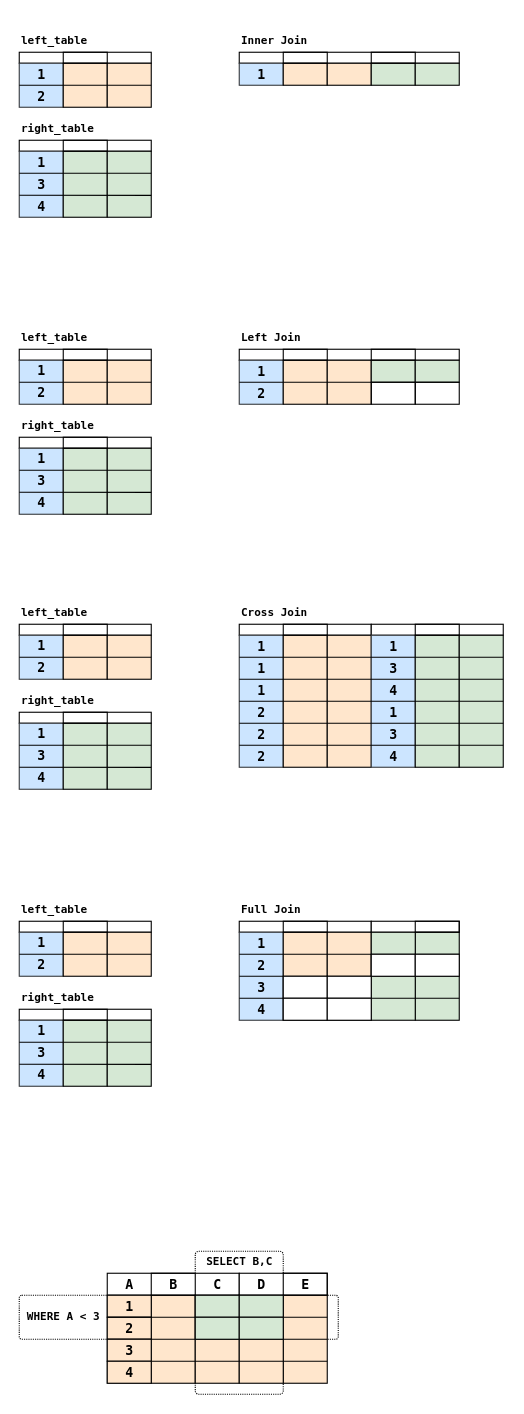
Earlier version of the draw.io diagram docs/documentation-diagrams-source.drawio (mabel-dev/opteryx). Source tidied: cells renumbered, new cells numbered last; positions are measured from the earlier drawing's top-left corner, leaving out a move shared by most shapes. Both pictures are drawn from the tidied source at 110%, with x=0, y=0 at pixel (19, 19).
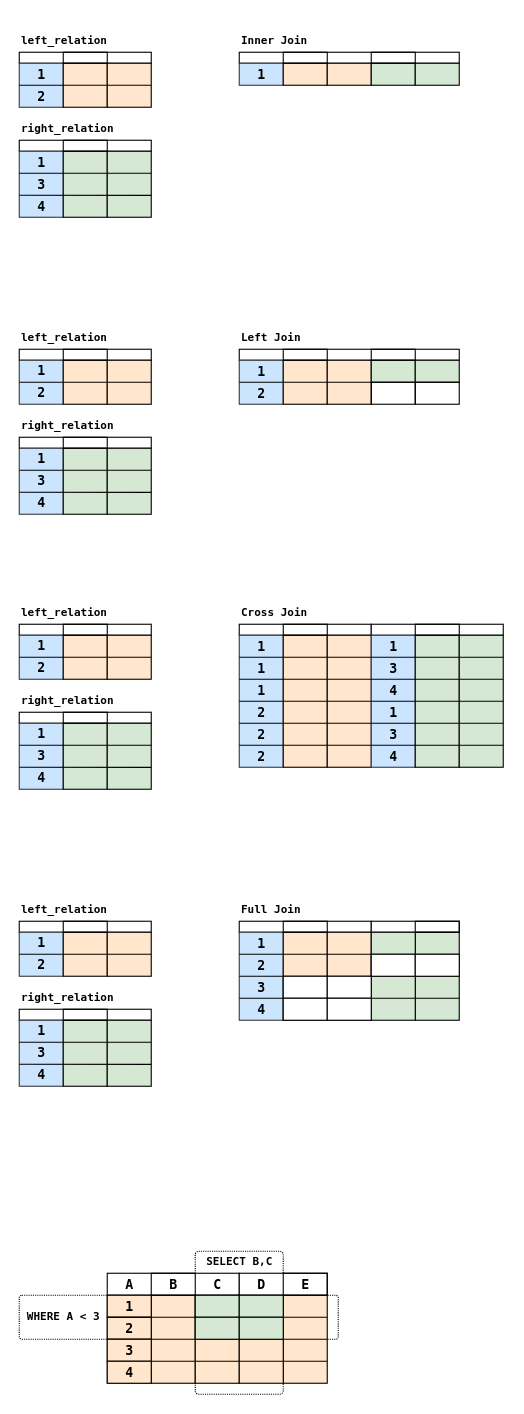
The same page after the edit.

What changed in the source:
```diff
@@
-    <mxCell id="22" value="&lt;font style=&quot;font-size: 10px;&quot;&gt;left_table&lt;/font&gt;" style="text;strokeColor=none;fillColor=none;html=1;fontSize=24;fontStyle=1;verticalAlign=middle;align=left;fontFamily=Lucida Console;" parent="1" vertex="1">
+    <mxCell id="22" value="&lt;font style=&quot;font-size: 10px;&quot;&gt;left_relation&lt;/font&gt;" style="text;strokeColor=none;fillColor=none;html=1;fontSize=24;fontStyle=1;verticalAlign=middle;align=left;fontFamily=Lucida Console;" parent="1" vertex="1">
       <mxGeometry width="100" height="30" as="geometry" />
     </mxCell>
-    <mxCell id="23" value="&lt;font style=&quot;font-size: 10px;&quot;&gt;right_table&lt;/font&gt;" style="text;strokeColor=none;fillColor=none;html=1;fontSize=24;fontStyle=1;verticalAlign=middle;align=left;fontFamily=Lucida Console;" parent="1" vertex="1">
+    <mxCell id="23" value="&lt;font style=&quot;font-size: 10px;&quot;&gt;right_relation&lt;/font&gt;" style="text;strokeColor=none;fillColor=none;html=1;fontSize=24;fontStyle=1;verticalAlign=middle;align=left;fontFamily=Lucida Console;" parent="1" vertex="1">
       <mxGeometry y="80" width="100" height="30" as="geometry" />
     </mxCell>
@@
-    <mxCell id="52" value="&lt;font style=&quot;font-size: 10px;&quot;&gt;left_table&lt;/font&gt;" style="text;strokeColor=none;fillColor=none;html=1;fontSize=24;fontStyle=1;verticalAlign=middle;align=left;fontFamily=Lucida Console;" parent="1" vertex="1">
+    <mxCell id="52" value="&lt;font style=&quot;font-size: 10px;&quot;&gt;left_relation&lt;/font&gt;" style="text;strokeColor=none;fillColor=none;html=1;fontSize=24;fontStyle=1;verticalAlign=middle;align=left;fontFamily=Lucida Console;" parent="1" vertex="1">
       <mxGeometry y="270" width="100" height="30" as="geometry" />
     </mxCell>
-    <mxCell id="53" value="&lt;font style=&quot;font-size: 10px;&quot;&gt;right_table&lt;/font&gt;" style="text;strokeColor=none;fillColor=none;html=1;fontSize=24;fontStyle=1;verticalAlign=middle;align=left;fontFamily=Lucida Console;" parent="1" vertex="1">
+    <mxCell id="53" value="&lt;font style=&quot;font-size: 10px;&quot;&gt;right_relation&lt;/font&gt;" style="text;strokeColor=none;fillColor=none;html=1;fontSize=24;fontStyle=1;verticalAlign=middle;align=left;fontFamily=Lucida Console;" parent="1" vertex="1">
       <mxGeometry y="350" width="100" height="30" as="geometry" />
     </mxCell>
@@
-    <mxCell id="86" value="&lt;font style=&quot;font-size: 10px;&quot;&gt;left_table&lt;/font&gt;" style="text;strokeColor=none;fillColor=none;html=1;fontSize=24;fontStyle=1;verticalAlign=middle;align=left;fontFamily=Lucida Console;" parent="1" vertex="1">
+    <mxCell id="86" value="&lt;font style=&quot;font-size: 10px;&quot;&gt;left_relation&lt;/font&gt;" style="text;strokeColor=none;fillColor=none;html=1;fontSize=24;fontStyle=1;verticalAlign=middle;align=left;fontFamily=Lucida Console;" parent="1" vertex="1">
       <mxGeometry y="520" width="100" height="30" as="geometry" />
     </mxCell>
-    <mxCell id="87" value="&lt;font style=&quot;font-size: 10px;&quot;&gt;right_table&lt;/font&gt;" style="text;strokeColor=none;fillColor=none;html=1;fontSize=24;fontStyle=1;verticalAlign=middle;align=left;fontFamily=Lucida Console;" parent="1" vertex="1">
+    <mxCell id="87" value="&lt;font style=&quot;font-size: 10px;&quot;&gt;right_relation&lt;/font&gt;" style="text;strokeColor=none;fillColor=none;html=1;fontSize=24;fontStyle=1;verticalAlign=middle;align=left;fontFamily=Lucida Console;" parent="1" vertex="1">
       <mxGeometry y="600" width="100" height="30" as="geometry" />
     </mxCell>
@@
-    <mxCell id="134" value="&lt;font style=&quot;font-size: 10px;&quot;&gt;left_table&lt;/font&gt;" style="text;strokeColor=none;fillColor=none;html=1;fontSize=24;fontStyle=1;verticalAlign=middle;align=left;fontFamily=Lucida Console;" parent="1" vertex="1">
+    <mxCell id="134" value="&lt;font style=&quot;font-size: 10px;&quot;&gt;left_relation&lt;/font&gt;" style="text;strokeColor=none;fillColor=none;html=1;fontSize=24;fontStyle=1;verticalAlign=middle;align=left;fontFamily=Lucida Console;" parent="1" vertex="1">
       <mxGeometry y="790" width="100" height="30" as="geometry" />
     </mxCell>
-    <mxCell id="135" value="&lt;font style=&quot;font-size: 10px;&quot;&gt;right_table&lt;/font&gt;" style="text;strokeColor=none;fillColor=none;html=1;fontSize=24;fontStyle=1;verticalAlign=middle;align=left;fontFamily=Lucida Console;" parent="1" vertex="1">
+    <mxCell id="135" value="&lt;font style=&quot;font-size: 10px;&quot;&gt;right_relation&lt;/font&gt;" style="text;strokeColor=none;fillColor=none;html=1;fontSize=24;fontStyle=1;verticalAlign=middle;align=left;fontFamily=Lucida Console;" parent="1" vertex="1">
       <mxGeometry y="870" width="100" height="30" as="geometry" />
     </mxCell>
```
